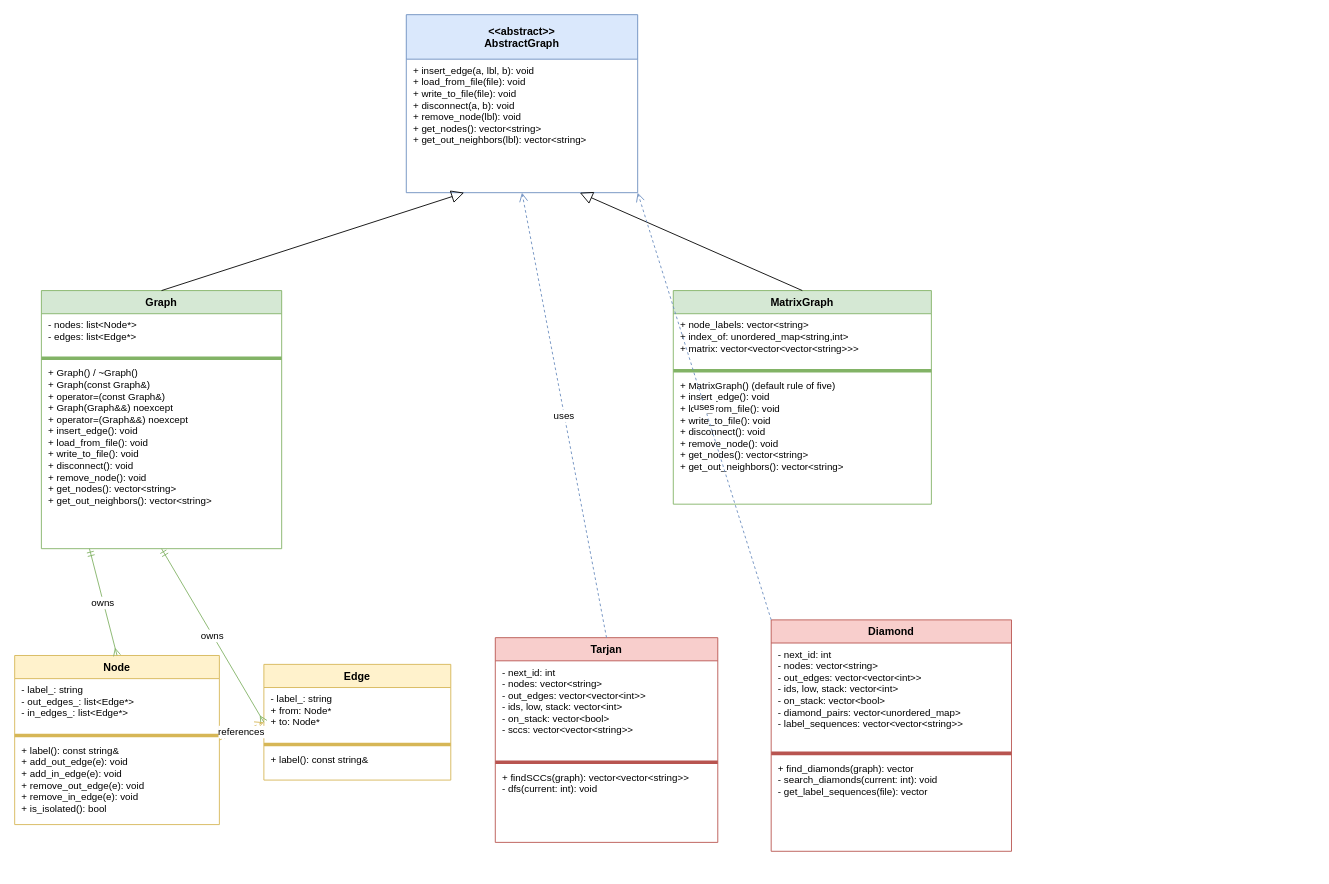
Earlier version of the draw.io diagram er-diagram-inf205.drawio (kristianrohne/oblig3). Source tidied: cells renumbered, new cells numbered last; positions are measured from the earlier drawing's top-left corner, leaving out a move shared by most shapes. Both pictures are drawn from the tidied source at 89%, with x=0, y=0 at pixel (14, 14).
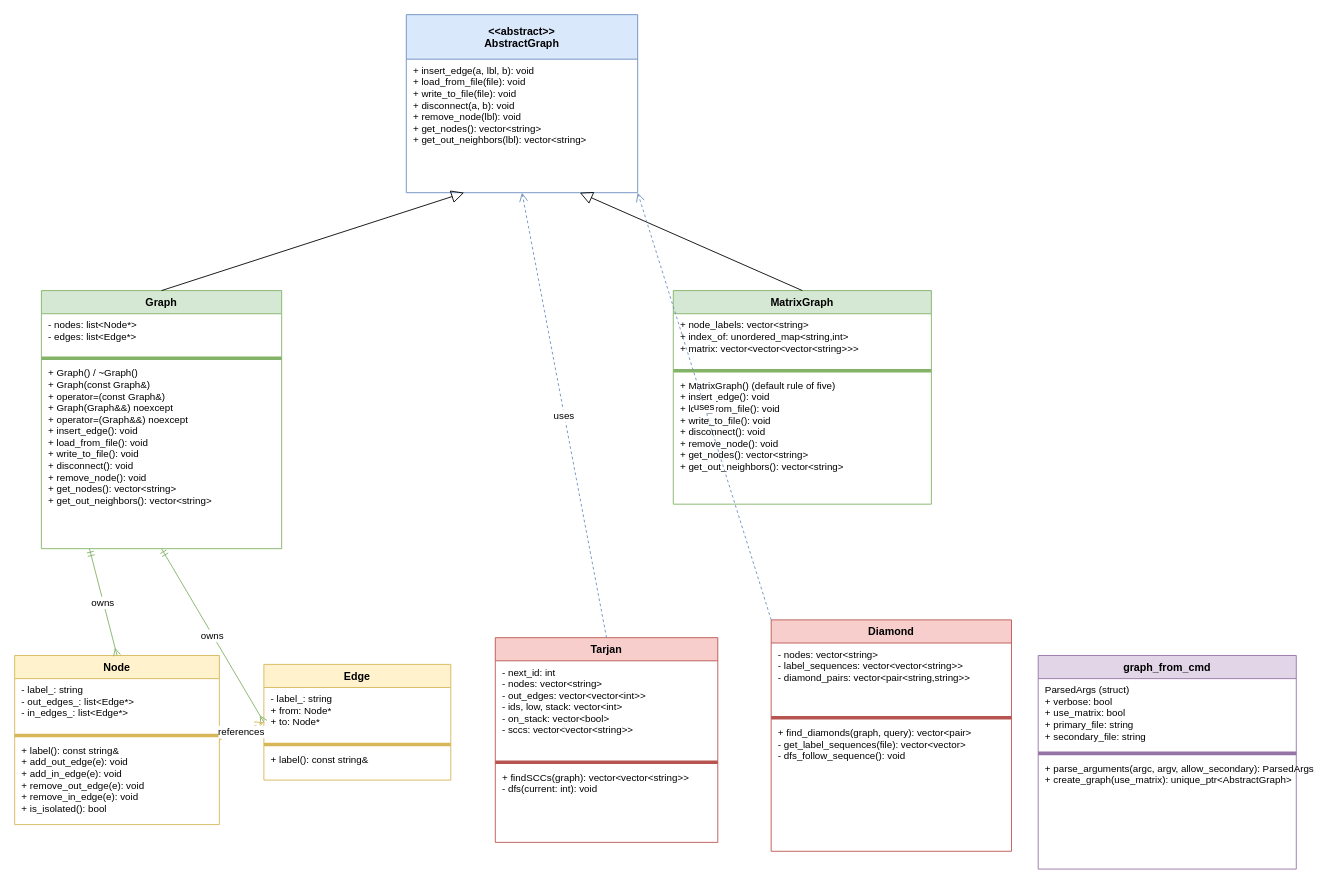
The same diagram, later.

The change refers to these unchanged cells:
```xml
<mxCell id="24" value="Diamond" style="swimlane;fontStyle=1;align=center;startSize=26;fillColor=#f8cecc;strokeColor=#b85450;" parent="1" vertex="1">
  <mxGeometry x="850" y="680" width="270" height="260" as="geometry" />
</mxCell>
```

Change to the diagram source:
```diff
@@
-    <mxCell id="25" value="- next_id: int&#10;- nodes: vector&lt;string&gt;&#10;- out_edges: vector&lt;vector&lt;int&gt;&gt;&#10;- ids, low, stack: vector&lt;int&gt;&#10;- on_stack: vector&lt;bool&gt;&#10;- diamond_pairs: vector&lt;unordered_map&gt;&#10;- label_sequences: vector&lt;vector&lt;string&gt;&gt;" style="text;strokeColor=none;fillColor=none;align=left;verticalAlign=top;spacingLeft=6;fontSize=11;" parent="24" vertex="1">
-      <mxGeometry y="26" width="270" height="120" as="geometry" />
+    <mxCell id="25" value="- nodes: vector&lt;string&gt;&#10;- label_sequences: vector&lt;vector&lt;string&gt;&gt;&#10;- diamond_pairs: vector&lt;pair&lt;string,string&gt;&gt;" style="text;strokeColor=none;fillColor=none;align=left;verticalAlign=top;spacingLeft=6;fontSize=11;" parent="24" vertex="1">
+      <mxGeometry y="26" width="270" height="80" as="geometry" />
     </mxCell>
     <mxCell id="26" style="line;strokeColor=#b85450;" parent="24" vertex="1">
-      <mxGeometry y="146" width="270" height="8" as="geometry" />
+      <mxGeometry y="106" width="270" height="8" as="geometry" />
     </mxCell>
-    <mxCell id="27" value="+ find_diamonds(graph): vector&#10;- search_diamonds(current: int): void&#10;- get_label_sequences(file): vector" style="text;strokeColor=none;fillColor=none;align=left;verticalAlign=top;spacingLeft=6;fontSize=11;" parent="24" vertex="1">
-      <mxGeometry y="154" width="270" height="106" as="geometry" />
+    <mxCell id="27" value="+ find_diamonds(graph, query): vector&lt;pair&gt;&#10;- get_label_sequences(file): vector&lt;vector&gt;&#10;- dfs_follow_sequence(): void" style="text;strokeColor=none;fillColor=none;align=left;verticalAlign=top;spacingLeft=6;fontSize=11;" parent="24" vertex="1">
+      <mxGeometry y="114" width="270" height="146" as="geometry" />
     </mxCell>
@@
+    <mxCell id="35" value="graph_from_cmd" style="swimlane;fontStyle=1;align=center;startSize=26;fillColor=#e1d5e7;strokeColor=#9673a6;" parent="1" vertex="1">
+      <mxGeometry x="1150" y="720" width="290" height="240" as="geometry" />
+    </mxCell>
+    <mxCell id="36" value="ParsedArgs (struct)&#10;+ verbose: bool&#10;+ use_matrix: bool&#10;+ primary_file: string&#10;+ secondary_file: string" style="text;strokeColor=none;fillColor=none;align=left;verticalAlign=top;spacingLeft=6;fontSize=11;" parent="35" vertex="1">
+      <mxGeometry y="26" width="290" height="80" as="geometry" />
+    </mxCell>
+    <mxCell id="37" style="line;strokeColor=#9673a6;" parent="35" vertex="1">
+      <mxGeometry y="106" width="290" height="8" as="geometry" />
+    </mxCell>
+    <mxCell id="38" value="+ parse_arguments(argc, argv, allow_secondary): ParsedArgs&#10;+ create_graph(use_matrix): unique_ptr&lt;AbstractGraph&gt;" style="text;strokeColor=none;fillColor=none;align=left;verticalAlign=top;spacingLeft=6;fontSize=11;" parent="35" vertex="1">
+      <mxGeometry y="114" width="290" height="126" as="geometry" />
+    </mxCell>
```
